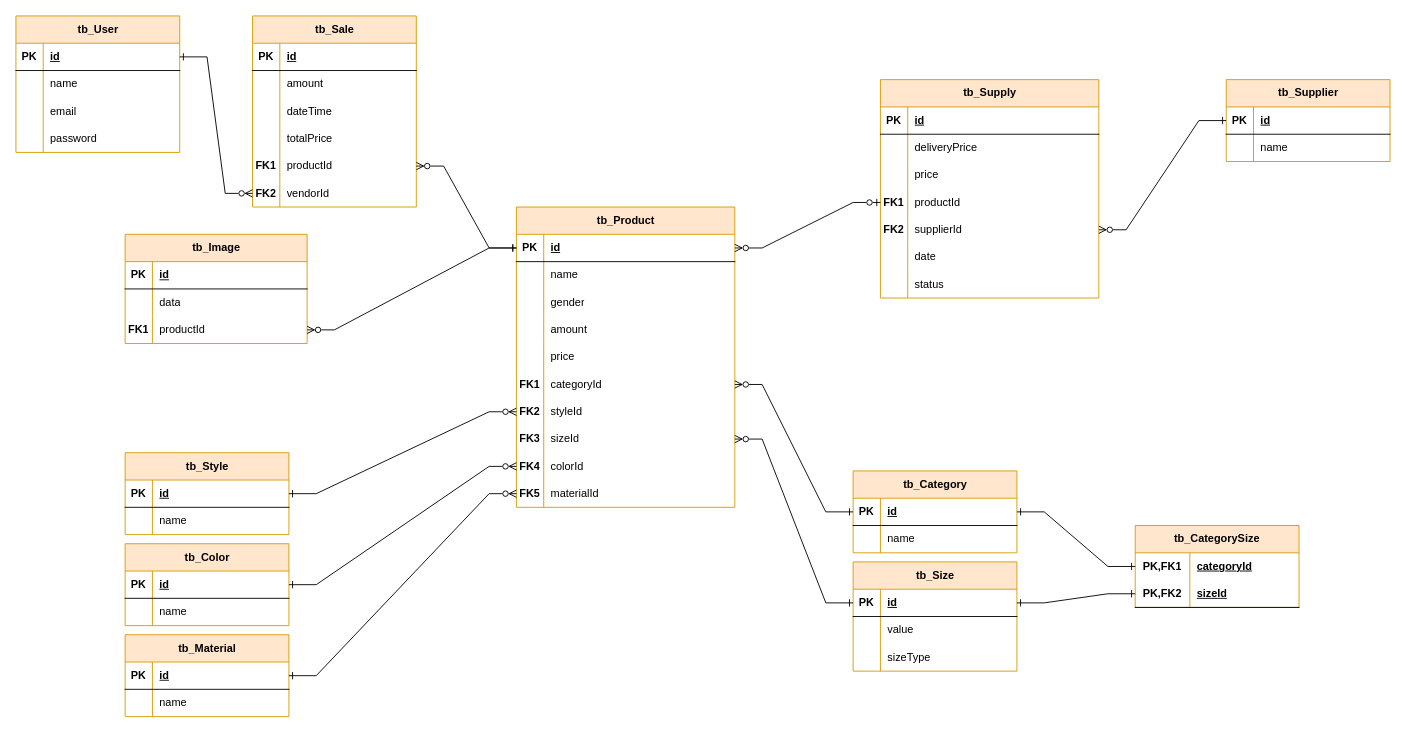
Before: page "DER" (2 of 2) of docs/UML - Clothing Store.drawio in VitorPaulinoG/ClothingStore, a draw.io diagram. Source tidied: cells renumbered, new cells numbered last; positions are measured from the earlier drawing's top-left corner, leaving out a move shared by most shapes. Both pictures are drawn from the tidied source at 91%, with x=0, y=0 at pixel (15, 15).
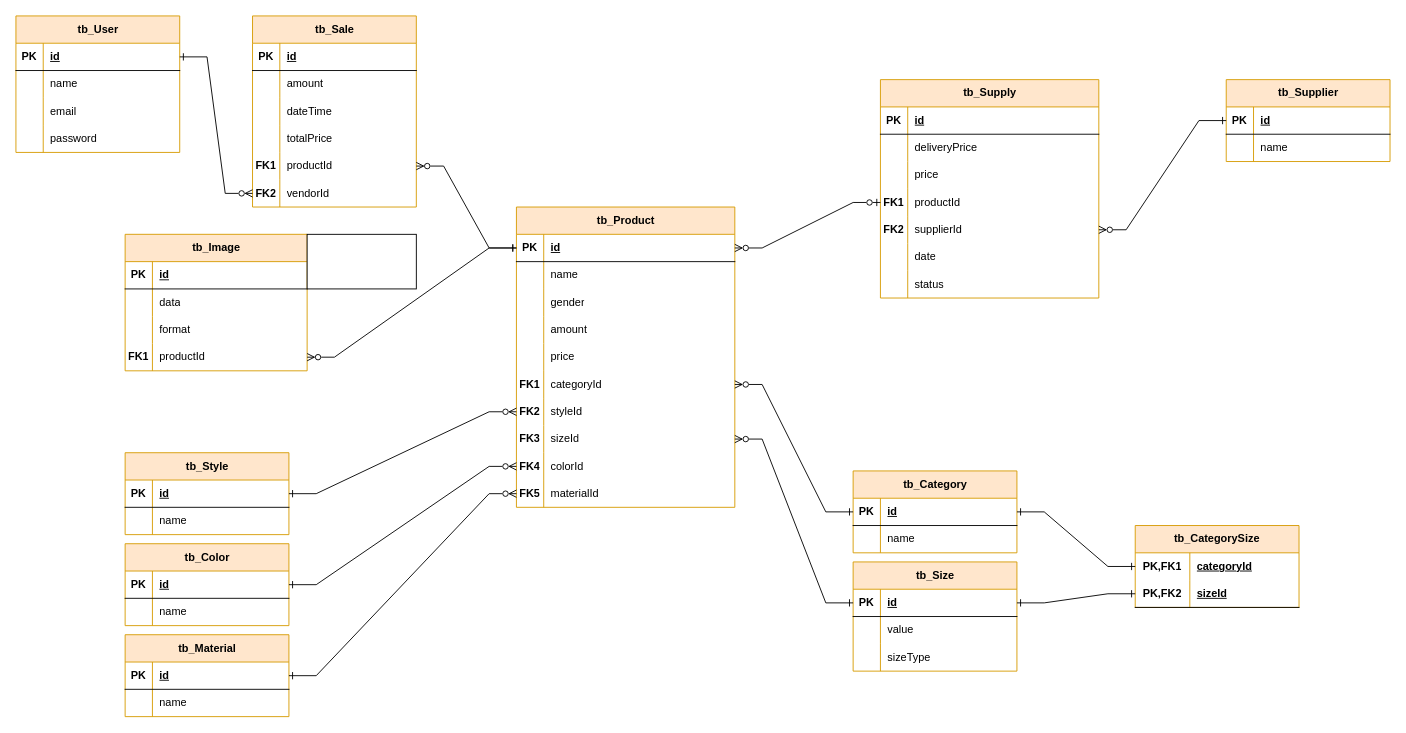
Above is the later version.

Diff of the diagram source:
```diff
@@
     <mxCell id="98" value="tb_Image" style="shape=table;startSize=30;childLayout=tableLayout;rowLines=0;fontStyle=1;align=center;html=1;fontFamily=Cascadia Code;fillColor=#ffe6cc;strokeColor=#d79b00;" parent="1" vertex="1">
-      <mxGeometry x="120" y="240" width="200" height="120" as="geometry" />
+      <mxGeometry x="120" y="240" width="200" height="150" as="geometry" />
     </mxCell>
@@
+    <mxCell id="161" style="shape=tableRow;horizontal=0;startSize=0;swimlaneHead=0;swimlaneBody=0;fillColor=none;top=0;left=0;right=0;bottom=0;" parent="98" vertex="1">
+      <mxGeometry y="90" width="200" height="30" as="geometry" />
+    </mxCell>
+    <mxCell id="162" style="shape=partialRectangle;fillColor=none;top=0;left=0;bottom=0;right=0;overflow=hidden;whiteSpace=wrap;html=1;" parent="161" vertex="1">
+      <mxGeometry width="30" height="30" as="geometry" />
+    </mxCell>
+    <mxCell id="163" value="&lt;font face=&quot;Cascadia Code&quot;&gt;format&lt;/font&gt;" style="shape=partialRectangle;fillColor=none;top=0;left=0;bottom=0;right=0;align=left;spacingLeft=6;overflow=hidden;whiteSpace=wrap;html=1;" parent="161" vertex="1">
+      <mxGeometry x="30" width="170" height="30" as="geometry" />
+    </mxCell>
     <mxCell id="105" style="shape=tableRow;horizontal=0;startSize=0;swimlaneHead=0;swimlaneBody=0;fillColor=none;points=[[0,0.5],[1,0.5]];portConstraint=eastwest;top=0;left=0;right=0;bottom=0;" parent="98" vertex="1">
-      <mxGeometry y="90" width="200" height="30" as="geometry" />
+      <mxGeometry y="120" width="200" height="30" as="geometry" />
     </mxCell>
@@
+    <mxCell id="164" style="whiteSpace=wrap;html=1;" parent="1" vertex="1">
+      <mxGeometry x="320" y="240" width="120" height="60" as="geometry" />
+    </mxCell>
```
